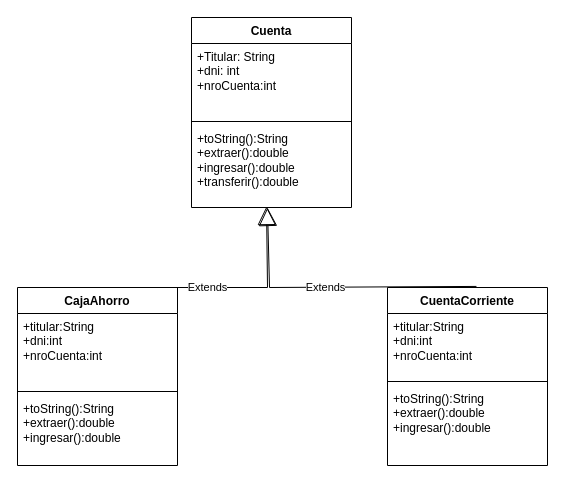
Before: Cuenta.drawio in MaxiSanz1/testRepo, a draw.io diagram. Source tidied: cells renumbered, new cells numbered last; positions are measured from the earlier drawing's top-left corner, leaving out a move shared by most shapes. Both pictures are drawn from the tidied source at 100%, with x=0, y=0 at pixel (17, 17).
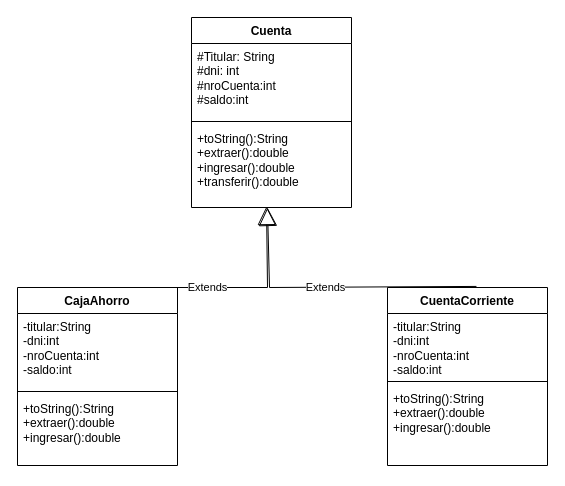
After the change.

The edit, as a diff of the source:
```diff
@@
 <mxGraphModel>
   <root>
     <mxCell id="0" />
     <mxCell id="1" parent="0" />
     <mxCell id="2" value="Cuenta" style="swimlane;fontStyle=1;align=center;verticalAlign=top;horizontal=1;startSize=26;whiteSpace=wrap;html=1;" parent="1" vertex="1">
       <mxGeometry x="174" width="160" height="190" as="geometry" />
     </mxCell>
-    <mxCell id="3" value="+Titular: String&lt;div&gt;+dni: int&lt;/div&gt;&lt;div&gt;+nroCuenta:int&lt;/div&gt;&lt;div&gt;&lt;br&gt;&lt;/div&gt;&lt;div&gt;&lt;br&gt;&lt;/div&gt;" style="text;strokeColor=none;fillColor=none;align=left;verticalAlign=top;spacingLeft=4;spacingRight=4;overflow=hidden;whiteSpace=wrap;html=1;" parent="2" vertex="1">
+    <mxCell id="3" value="#Titular: String&lt;div&gt;#dni: int&lt;/div&gt;&lt;div&gt;#nroCuenta:int&lt;/div&gt;&lt;div&gt;#saldo:int&lt;/div&gt;&lt;div&gt;&lt;br&gt;&lt;/div&gt;&lt;div&gt;&lt;br&gt;&lt;/div&gt;&lt;div&gt;&lt;br&gt;&lt;/div&gt;" style="text;strokeColor=none;fillColor=none;align=left;verticalAlign=top;spacingLeft=4;spacingRight=4;overflow=hidden;whiteSpace=wrap;html=1;" parent="2" vertex="1">
       <mxGeometry y="26" width="160" height="74" as="geometry" />
     </mxCell>
     <mxCell id="4" style="line;strokeWidth=1;fillColor=none;align=left;verticalAlign=middle;spacingTop=-1;spacingLeft=3;spacingRight=3;labelPosition=right;strokeColor=inherit;" parent="2" vertex="1">
       <mxGeometry y="100" width="160" height="8" as="geometry" />
     </mxCell>
     <mxCell id="5" value="+toString():String&lt;div&gt;+extraer():double&lt;/div&gt;&lt;div&gt;+ingresar():double&lt;/div&gt;&lt;div&gt;+transferir():double&lt;/div&gt;&lt;div&gt;&lt;br&gt;&lt;/div&gt;" style="text;strokeColor=none;fillColor=none;align=left;verticalAlign=top;spacingLeft=4;spacingRight=4;overflow=hidden;points=[[0,0.5],[1,0.5]];portConstraint=eastwest;whiteSpace=wrap;html=1;" parent="2" vertex="1">
       <mxGeometry y="108" width="160" height="82" as="geometry" />
     </mxCell>
     <mxCell id="6" value="CajaAhorro" style="swimlane;fontStyle=1;align=center;verticalAlign=top;horizontal=1;startSize=26;whiteSpace=wrap;html=1;" parent="1" vertex="1">
       <mxGeometry y="270" width="160" height="178" as="geometry" />
     </mxCell>
     <mxCell id="7" value="Extends" style="endArrow=block;endSize=16;endFill=0;html=1;rounded=0;entryX=0.469;entryY=0.988;entryDx=0;entryDy=0;entryPerimeter=0;" parent="6" edge="1" target="5">
       <mxGeometry x="-0.08" relative="1" as="geometry">
         <mxPoint x="70" as="sourcePoint" />
         <Array as="points">
           <mxPoint x="250" />
         </Array>
       </mxGeometry>
     </mxCell>
-    <mxCell id="8" value="+titular:String&lt;div&gt;+dni:int&lt;/div&gt;&lt;div&gt;+nroCuenta:int&lt;/div&gt;&lt;div&gt;&lt;br&gt;&lt;/div&gt;" style="text;strokeColor=none;fillColor=none;align=left;verticalAlign=top;spacingLeft=4;spacingRight=4;overflow=hidden;whiteSpace=wrap;html=1;" parent="6" vertex="1">
+    <mxCell id="8" value="-titular:String&lt;div&gt;-dni:int&lt;/div&gt;&lt;div&gt;-nroCuenta:int&lt;/div&gt;&lt;div&gt;-&lt;span style=&quot;background-color: initial;&quot;&gt;saldo:int&lt;/span&gt;&lt;/div&gt;" style="text;strokeColor=none;fillColor=none;align=left;verticalAlign=top;spacingLeft=4;spacingRight=4;overflow=hidden;whiteSpace=wrap;html=1;" parent="6" vertex="1">
       <mxGeometry y="26" width="160" height="74" as="geometry" />
     </mxCell>
     <mxCell id="9" style="line;strokeWidth=1;fillColor=none;align=left;verticalAlign=middle;spacingTop=-1;spacingLeft=3;spacingRight=3;labelPosition=right;strokeColor=inherit;" parent="6" vertex="1">
       <mxGeometry y="100" width="160" height="8" as="geometry" />
     </mxCell>
     <mxCell id="10" value="+toString():String&lt;div&gt;+extraer():double&lt;/div&gt;&lt;div&gt;+ingresar():double&lt;/div&gt;&lt;div&gt;&lt;br&gt;&lt;/div&gt;" style="text;strokeColor=none;fillColor=none;align=left;verticalAlign=top;spacingLeft=4;spacingRight=4;overflow=hidden;whiteSpace=wrap;html=1;" parent="6" vertex="1">
       <mxGeometry y="108" width="160" height="70" as="geometry" />
     </mxCell>
     <mxCell id="11" value="CuentaCorriente" style="swimlane;fontStyle=1;align=center;verticalAlign=top;horizontal=1;startSize=26;whiteSpace=wrap;html=1;" parent="1" vertex="1">
       <mxGeometry x="370" y="270" width="160" height="178" as="geometry" />
     </mxCell>
-    <mxCell id="12" value="+titular:String&lt;div&gt;+dni:int&lt;/div&gt;&lt;div&gt;+nroCuenta:int&lt;/div&gt;" style="text;strokeColor=none;fillColor=none;align=left;verticalAlign=top;spacingLeft=4;spacingRight=4;overflow=hidden;whiteSpace=wrap;html=1;" parent="11" vertex="1">
+    <mxCell id="12" value="-titular:String&lt;div&gt;-dni:int&lt;/div&gt;&lt;div&gt;-nroCuenta:int&lt;/div&gt;&lt;div&gt;-saldo:int&lt;/div&gt;&lt;div&gt;&lt;br&gt;&lt;/div&gt;" style="text;strokeColor=none;fillColor=none;align=left;verticalAlign=top;spacingLeft=4;spacingRight=4;overflow=hidden;whiteSpace=wrap;html=1;" parent="11" vertex="1">
       <mxGeometry y="26" width="160" height="64" as="geometry" />
     </mxCell>
     <mxCell id="13" style="line;strokeWidth=1;fillColor=none;align=left;verticalAlign=middle;spacingTop=-1;spacingLeft=3;spacingRight=3;labelPosition=right;strokeColor=inherit;" parent="11" vertex="1">
       <mxGeometry y="90" width="160" height="8" as="geometry" />
     </mxCell>
     <mxCell id="14" value="+toString():String&lt;div&gt;+extraer():double&lt;/div&gt;&lt;div&gt;+ingresar():double&lt;/div&gt;" style="text;strokeColor=none;fillColor=none;align=left;verticalAlign=top;spacingLeft=4;spacingRight=4;overflow=hidden;whiteSpace=wrap;html=1;" parent="11" vertex="1">
       <mxGeometry y="98" width="160" height="80" as="geometry" />
     </mxCell>
     <mxCell id="15" value="Extends" style="endArrow=block;endSize=16;endFill=0;html=1;rounded=0;exitX=0.556;exitY=-0.006;exitDx=0;exitDy=0;exitPerimeter=0;entryX=0.65;entryY=1.012;entryDx=0;entryDy=0;entryPerimeter=0;" parent="1" edge="1" source="11">
       <mxGeometry x="0.05" relative="1" as="geometry">
         <mxPoint x="250" y="190" as="targetPoint" />
         <Array as="points">
           <mxPoint x="252" y="270" />
         </Array>
       </mxGeometry>
     </mxCell>
   </root>
 </mxGraphModel>
```
